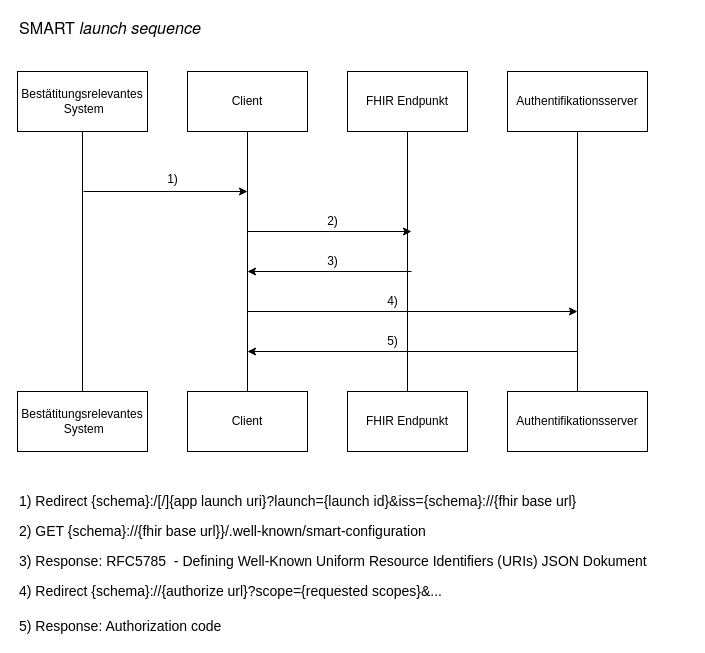
gematik/spec-ISiK-Sicherheit keeps this draw.io diagram as Material/SMART launch sequence.drawio. Above is the earlier version. Source tidied: cells renumbered, new cells numbered last; positions are measured from the earlier drawing's top-left corner, leaving out a move shared by most shapes. Both pictures are drawn from the tidied source at 100%, with x=0, y=0 at pixel (17, 21).
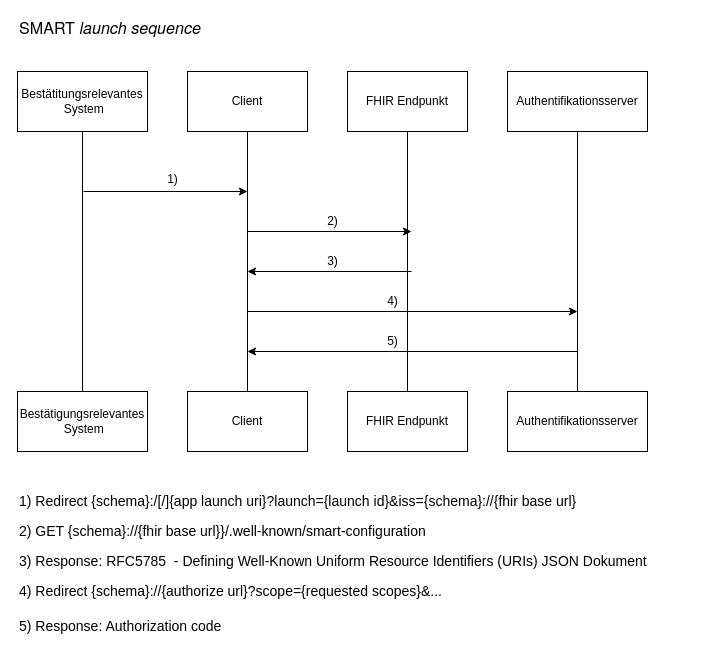
The same page after the edit.

Commit message:
fix: typo in Grafik

Change to the diagram source:
```diff
@@
-    <mxCell id="26" value="Bestätitungsrelevantes&lt;br&gt;&amp;nbsp;System" style="rounded=0;whiteSpace=wrap;html=1;" parent="1" vertex="1">
+    <mxCell id="26" value="Bestätigungsrelevantes&lt;br&gt;&amp;nbsp;System" style="rounded=0;whiteSpace=wrap;html=1;" parent="1" vertex="1">
       <mxGeometry y="370" width="130" height="60" as="geometry" />
     </mxCell>
```
